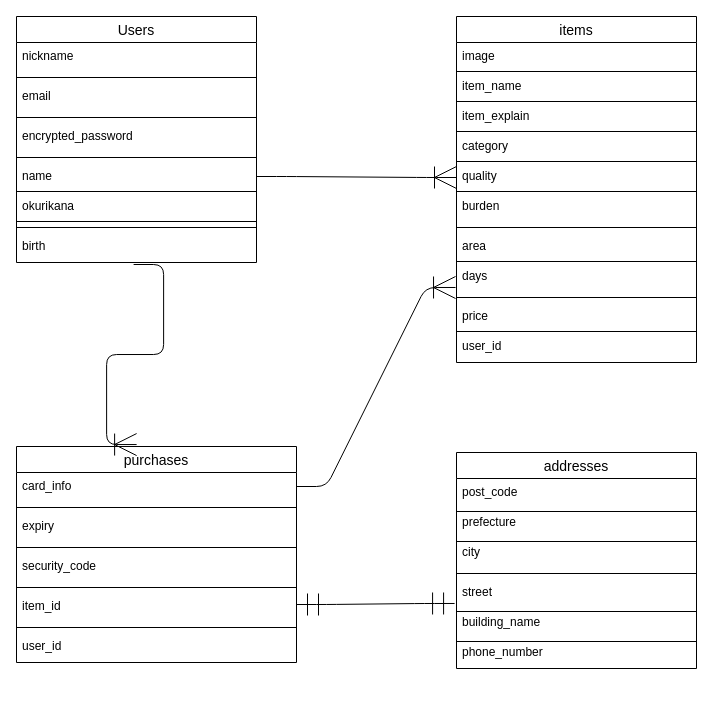
This is test.dio from kazuhiro-tsuchiya/furima-36951, a draw.io file, before an edit. Source tidied: cells renumbered, new cells numbered last; positions are measured from the earlier drawing's top-left corner, leaving out a move shared by most shapes. Both pictures are drawn from the tidied source at 100%, with x=0, y=0 at pixel (16, 16).
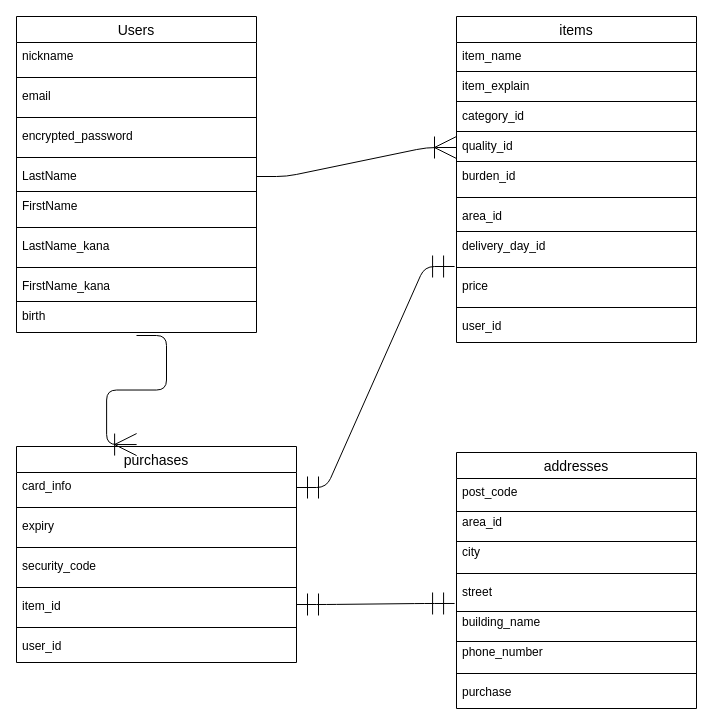
Above is the later version.

Commit message (it also covers changes not shown here):
DB図とREADMEの作成 issue#3 の修正

Unchanged cells that the change refers to:
```xml
<mxCell id="36" value="purchases" style="swimlane;fontStyle=0;horizontal=1;startSize=26;align=center;fontSize=14;" parent="1" vertex="1">
  <mxGeometry y="430" width="280" height="216" as="geometry" />
</mxCell>
<mxCell id="37" value="card_info" style="text;strokeColor=none;fillColor=none;spacingLeft=4;spacingRight=4;overflow=hidden;points=[[0,0.5],[1,0.5]];portConstraint=eastwest;fontSize=12;" parent="36" vertex="1">
  <mxGeometry y="26" width="280" height="30" as="geometry" />
</mxCell>
```

What changed in the source:
```diff
@@
     <mxCell id="2" value="Users" style="swimlane;fontStyle=0;horizontal=1;startSize=26;align=center;fontSize=14;" parent="1" vertex="1">
-      <mxGeometry width="240" height="246" as="geometry" />
+      <mxGeometry width="240" height="316" as="geometry" />
     </mxCell>
@@
-    <mxCell id="9" value="name" style="text;strokeColor=none;fillColor=none;spacingLeft=4;spacingRight=4;overflow=hidden;fontSize=12;" parent="2" vertex="1">
+    <mxCell id="9" value="LastName" style="text;strokeColor=none;fillColor=none;spacingLeft=4;spacingRight=4;overflow=hidden;fontSize=12;" parent="2" vertex="1">
       <mxGeometry y="146" width="240" height="30" as="geometry" />
     </mxCell>
-    <mxCell id="10" value="okurikana" style="text;strokeColor=none;fillColor=none;spacingLeft=4;spacingRight=4;overflow=hidden;fontSize=12;" parent="2" vertex="1">
+    <mxCell id="10" value="FirstName" style="text;strokeColor=none;fillColor=none;spacingLeft=4;spacingRight=4;overflow=hidden;fontSize=12;" parent="2" vertex="1">
       <mxGeometry y="176" width="240" height="30" as="geometry" />
     </mxCell>
@@
+    <mxCell id="61" value="LastName_kana" style="text;strokeColor=none;fillColor=none;spacingLeft=4;spacingRight=4;overflow=hidden;fontSize=12;" parent="2" vertex="1">
+      <mxGeometry y="216" width="240" height="30" as="geometry" />
+    </mxCell>
+    <mxCell id="27" style="line;strokeWidth=1;dashed=0;labelPosition=right;align=left;verticalAlign=middle;spacingTop=0;spacingLeft=6;" parent="2" vertex="1">
+      <mxGeometry y="246" width="240" height="10" as="geometry" />
+    </mxCell>
+    <mxCell id="62" value="FirstName_kana" style="text;strokeColor=none;fillColor=none;spacingLeft=4;spacingRight=4;overflow=hidden;fontSize=12;" parent="2" vertex="1">
+      <mxGeometry y="256" width="240" height="30" as="geometry" />
+    </mxCell>
     <mxCell id="12" value="birth" style="text;strokeColor=none;fillColor=none;spacingLeft=4;spacingRight=4;overflow=hidden;points=[[0,0.5],[1,0.5]];portConstraint=eastwest;fontSize=12;" parent="2" vertex="1">
-      <mxGeometry y="216" width="240" height="30" as="geometry" />
+      <mxGeometry y="286" width="240" height="30" as="geometry" />
     </mxCell>
     <mxCell id="13" value="items" style="swimlane;fontStyle=0;horizontal=1;startSize=26;align=center;fontSize=14;" parent="1" vertex="1">
-      <mxGeometry x="440" width="240" height="346" as="geometry" />
+      <mxGeometry x="440" width="240" height="326" as="geometry" />
     </mxCell>
-    <mxCell id="14" value="image" style="text;strokeColor=none;fillColor=none;spacingLeft=4;spacingRight=4;overflow=hidden;fontSize=12;" parent="13" vertex="1">
-      <mxGeometry y="26" width="240" height="30" as="geometry" />
-    </mxCell>
     <mxCell id="15" value="item_name" style="text;strokeColor=none;fillColor=none;spacingLeft=4;spacingRight=4;overflow=hidden;fontSize=12;" parent="13" vertex="1">
-      <mxGeometry y="56" width="240" height="30" as="geometry" />
+      <mxGeometry y="26" width="240" height="30" as="geometry" />
     </mxCell>
     <mxCell id="16" value="item_explain" style="text;strokeColor=none;fillColor=none;spacingLeft=4;spacingRight=4;overflow=hidden;fontSize=12;" parent="13" vertex="1">
-      <mxGeometry y="86" width="240" height="30" as="geometry" />
+      <mxGeometry y="56" width="240" height="30" as="geometry" />
     </mxCell>
-    <mxCell id="17" value="category" style="text;strokeColor=none;fillColor=none;spacingLeft=4;spacingRight=4;overflow=hidden;fontSize=12;" parent="13" vertex="1">
-      <mxGeometry y="116" width="240" height="30" as="geometry" />
+    <mxCell id="17" value="category_id" style="text;strokeColor=none;fillColor=none;spacingLeft=4;spacingRight=4;overflow=hidden;fontSize=12;" parent="13" vertex="1">
+      <mxGeometry y="86" width="240" height="30" as="geometry" />
     </mxCell>
-    <mxCell id="18" value="quality" style="text;strokeColor=none;fillColor=none;spacingLeft=4;spacingRight=4;overflow=hidden;points=[[0,0.5],[1,0.5]];portConstraint=eastwest;fontSize=12;" parent="13" vertex="1">
-      <mxGeometry y="146" width="240" height="30" as="geometry" />
+    <mxCell id="18" value="quality_id" style="text;strokeColor=none;fillColor=none;spacingLeft=4;spacingRight=4;overflow=hidden;points=[[0,0.5],[1,0.5]];portConstraint=eastwest;fontSize=12;" parent="13" vertex="1">
+      <mxGeometry y="116" width="240" height="30" as="geometry" />
     </mxCell>
-    <mxCell id="19" value="burden" style="text;strokeColor=none;fillColor=none;spacingLeft=4;spacingRight=4;overflow=hidden;fontSize=12;" parent="13" vertex="1">
-      <mxGeometry y="176" width="240" height="30" as="geometry" />
+    <mxCell id="19" value="burden_id" style="text;strokeColor=none;fillColor=none;spacingLeft=4;spacingRight=4;overflow=hidden;fontSize=12;" parent="13" vertex="1">
+      <mxGeometry y="146" width="240" height="30" as="geometry" />
     </mxCell>
     <mxCell id="20" style="line;strokeWidth=1;dashed=0;labelPosition=right;align=left;verticalAlign=middle;spacingTop=0;spacingLeft=6;" parent="13" vertex="1">
-      <mxGeometry y="206" width="240" height="10" as="geometry" />
+      <mxGeometry y="176" width="240" height="10" as="geometry" />
     </mxCell>
-    <mxCell id="21" value="area" style="text;strokeColor=none;fillColor=none;spacingLeft=4;spacingRight=4;overflow=hidden;fontSize=12;" parent="13" vertex="1">
-      <mxGeometry y="216" width="240" height="30" as="geometry" />
+    <mxCell id="21" value="area_id" style="text;strokeColor=none;fillColor=none;spacingLeft=4;spacingRight=4;overflow=hidden;fontSize=12;" parent="13" vertex="1">
+      <mxGeometry y="186" width="240" height="30" as="geometry" />
     </mxCell>
-    <mxCell id="22" value="days" style="text;strokeColor=none;fillColor=none;spacingLeft=4;spacingRight=4;overflow=hidden;points=[[0,0.5],[1,0.5]];portConstraint=eastwest;fontSize=12;" parent="13" vertex="1">
-      <mxGeometry y="246" width="240" height="30" as="geometry" />
+    <mxCell id="22" value="delivery_day_id" style="text;strokeColor=none;fillColor=none;spacingLeft=4;spacingRight=4;overflow=hidden;points=[[0,0.5],[1,0.5]];portConstraint=eastwest;fontSize=12;" parent="13" vertex="1">
+      <mxGeometry y="216" width="240" height="30" as="geometry" />
     </mxCell>
     <mxCell id="23" style="line;strokeWidth=1;dashed=0;labelPosition=right;align=left;verticalAlign=middle;spacingTop=0;spacingLeft=6;points=[];portConstraint=eastwest;" parent="13" vertex="1">
-      <mxGeometry y="276" width="240" height="10" as="geometry" />
+      <mxGeometry y="246" width="240" height="10" as="geometry" />
     </mxCell>
     <mxCell id="24" value="price" style="text;strokeColor=none;fillColor=none;spacingLeft=4;spacingRight=4;overflow=hidden;fontSize=12;" parent="13" vertex="1">
-      <mxGeometry y="286" width="240" height="30" as="geometry" />
+      <mxGeometry y="256" width="240" height="30" as="geometry" />
     </mxCell>
+    <mxCell id="63" style="line;strokeWidth=1;dashed=0;labelPosition=right;align=left;verticalAlign=middle;spacingTop=0;spacingLeft=6;" parent="13" vertex="1">
+      <mxGeometry y="286" width="240" height="10" as="geometry" />
+    </mxCell>
     <mxCell id="25" value="user_id" style="text;strokeColor=none;fillColor=none;spacingLeft=4;spacingRight=4;overflow=hidden;fontSize=12;" parent="13" vertex="1">
-      <mxGeometry y="316" width="240" height="30" as="geometry" />
+      <mxGeometry y="296" width="240" height="30" as="geometry" />
     </mxCell>
@@
-    <mxCell id="27" style="line;strokeWidth=1;dashed=0;labelPosition=right;align=left;verticalAlign=middle;spacingTop=0;spacingLeft=6;" parent="1" vertex="1">
-      <mxGeometry y="200" width="240" height="10" as="geometry" />
-    </mxCell>
-    <mxCell id="28" style="line;strokeWidth=1;dashed=0;labelPosition=right;align=left;verticalAlign=middle;spacingTop=0;spacingLeft=6;" parent="1" vertex="1">
-      <mxGeometry x="440" y="170" width="240" height="10" as="geometry" />
-    </mxCell>
@@
-    <mxCell id="33" style="line;strokeWidth=1;dashed=0;labelPosition=right;align=left;verticalAlign=middle;spacingTop=0;spacingLeft=6;" parent="1" vertex="1">
-      <mxGeometry x="440" y="310" width="240" height="10" as="geometry" />
-    </mxCell>
     <mxCell id="34" style="line;strokeWidth=1;dashed=0;labelPosition=right;align=left;verticalAlign=middle;spacingTop=0;spacingLeft=6;" parent="1" vertex="1">
-      <mxGeometry x="440" y="240" width="240" height="10" as="geometry" />
+      <mxGeometry x="440" y="210" width="240" height="10" as="geometry" />
     </mxCell>
@@
-    <mxCell id="46" style="edgeStyle=entityRelationEdgeStyle;fontSize=12;html=1;endArrow=ERoneToMany;startSize=20;endSize=20;exitX=0.488;exitY=1.067;exitDx=0;exitDy=0;exitPerimeter=0;entryX=0.429;entryY=-0.009;entryDx=0;entryDy=0;entryPerimeter=0;" parent="1" edge="1" source="12" target="36">
+    <mxCell id="46" style="edgeStyle=entityRelationEdgeStyle;fontSize=12;html=1;endArrow=ERoneToMany;startSize=20;endSize=20;entryX=0.429;entryY=-0.009;entryDx=0;entryDy=0;entryPerimeter=0;exitX=0.5;exitY=1.1;exitDx=0;exitDy=0;exitPerimeter=0;" parent="1" edge="1" source="12" target="36">
       <mxGeometry relative="1" as="geometry" />
     </mxCell>
-    <mxCell id="47" style="edgeStyle=entityRelationEdgeStyle;fontSize=12;html=1;endArrow=ERoneToMany;startSize=20;endSize=20;entryX=-0.004;entryY=0.833;entryDx=0;entryDy=0;entryPerimeter=0;" parent="1" edge="1" target="22">
-      <mxGeometry relative="1" as="geometry">
-        <mxPoint x="280" y="470" as="sourcePoint" />
-      </mxGeometry>
-    </mxCell>
     <mxCell id="48" value="addresses" style="swimlane;fontStyle=0;horizontal=1;startSize=26;align=center;fontSize=14;" parent="1" vertex="1">
-      <mxGeometry x="440" y="436" width="240" height="216" as="geometry" />
+      <mxGeometry x="440" y="436" width="240" height="256" as="geometry" />
     </mxCell>
@@
-    <mxCell id="50" value="prefecture" style="text;strokeColor=none;fillColor=none;spacingLeft=4;spacingRight=4;overflow=hidden;fontSize=12;" parent="48" vertex="1">
+    <mxCell id="50" value="area_id" style="text;strokeColor=none;fillColor=none;spacingLeft=4;spacingRight=4;overflow=hidden;fontSize=12;" parent="48" vertex="1">
       <mxGeometry y="56" width="240" height="30" as="geometry" />
     </mxCell>
@@
+    <mxCell id="64" style="line;strokeWidth=1;dashed=0;labelPosition=right;align=left;verticalAlign=middle;spacingTop=0;spacingLeft=6;" parent="48" vertex="1">
+      <mxGeometry y="216" width="240" height="10" as="geometry" />
+    </mxCell>
+    <mxCell id="65" value="purchase" style="text;strokeColor=none;fillColor=none;spacingLeft=4;spacingRight=4;overflow=hidden;fontSize=12;" parent="48" vertex="1">
+      <mxGeometry y="226" width="240" height="30" as="geometry" />
+    </mxCell>
@@
+    <mxCell id="66" style="line;strokeWidth=1;dashed=0;labelPosition=right;align=left;verticalAlign=middle;spacingTop=0;spacingLeft=6;" parent="1" vertex="1">
+      <mxGeometry y="280" width="240" height="10" as="geometry" />
+    </mxCell>
+    <mxCell id="67" style="edgeStyle=entityRelationEdgeStyle;fontSize=12;html=1;endArrow=ERmandOne;startArrow=ERmandOne;exitX=1;exitY=0.5;exitDx=0;exitDy=0;entryX=-0.008;entryY=0.4;entryDx=0;entryDy=0;entryPerimeter=0;endSize=20;startSize=20;" parent="1" edge="1" source="37" target="23">
+      <mxGeometry relative="1" as="geometry" />
+    </mxCell>
```
